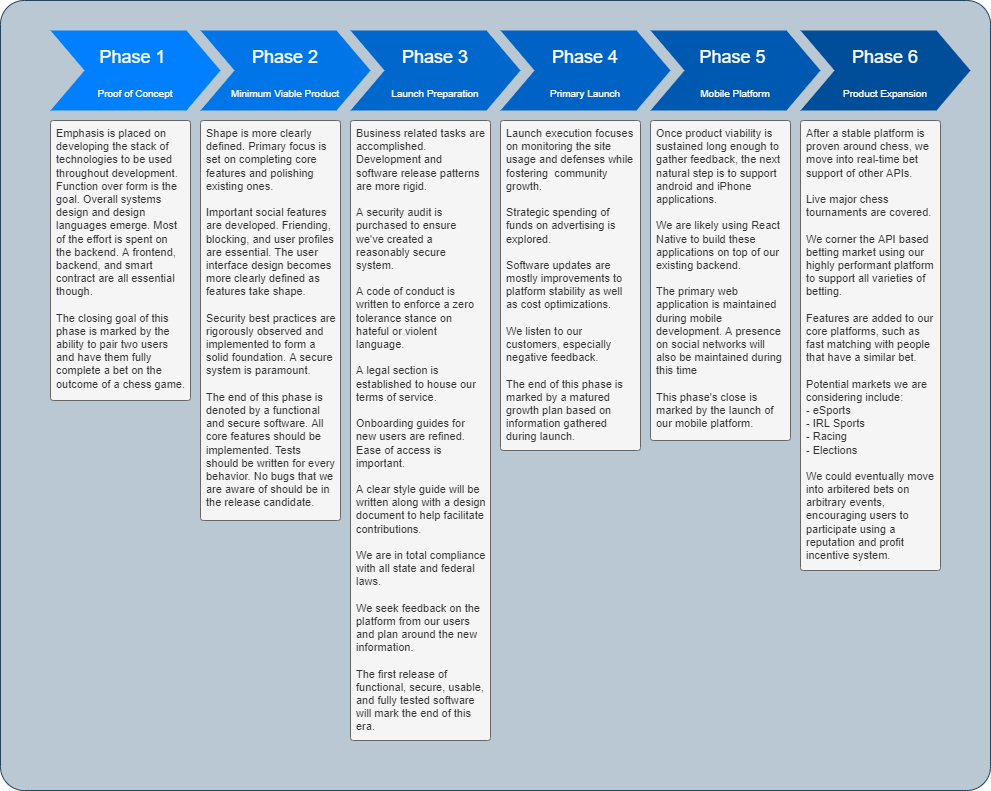
Before: readme-assets/roadmap.png, a diagram exported from draw.io (geektechniquestudios/ChessWager). Source tidied: cells renumbered, new cells last; positions are measured from the earlier drawing's top-left corner, leaving out a move shared by most shapes.
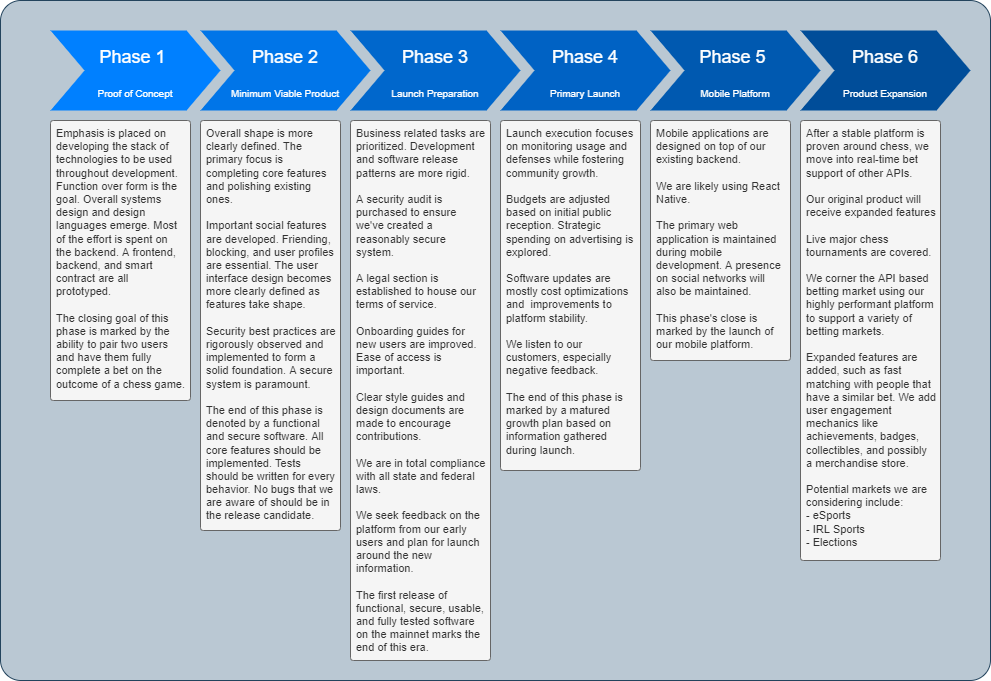
After the commit.

Diff of the diagram source:
```diff
@@ -3,7 +3,7 @@
     <mxCell id="0" />
     <mxCell id="1" parent="0" />
     <mxCell id="2" style="rounded=1;whiteSpace=wrap;html=1;fillColor=#bac8d3;strokeColor=#23445d;arcSize=3;" parent="1" vertex="1">
-      <mxGeometry width="990" height="790" as="geometry" />
+      <mxGeometry width="990" height="680" as="geometry" />
     </mxCell>
     <mxCell id="3" value="&lt;font style=&quot;&quot;&gt;&lt;span style=&quot;font-size: 18px;&quot;&gt;Phase 1 &lt;/span&gt;&lt;br&gt;&lt;font style=&quot;&quot;&gt;&lt;font style=&quot;vertical-align: inherit; font-size: 10px;&quot;&gt;Proof of Concept&lt;/font&gt;&lt;/font&gt;&lt;br&gt;&lt;/font&gt;" style="shape=step;whiteSpace=wrap;html=1;fontSize=28;fillColor=#0080FF;fontColor=#FFFFFF;strokeColor=none;" parent="1" vertex="1">
       <mxGeometry x="50" y="30" width="170" height="80" as="geometry" />
@@ -23,23 +23,23 @@
     <mxCell id="8" value="&lt;font style=&quot;&quot;&gt;&lt;span style=&quot;font-size: 18px;&quot;&gt;Phase 6&lt;/span&gt;&lt;br&gt;&lt;font style=&quot;font-size: 10px;&quot;&gt;Product Expansion&lt;/font&gt;&lt;br&gt;&lt;/font&gt;" style="shape=step;whiteSpace=wrap;html=1;fontSize=28;fillColor=#004D99;fontColor=#FFFFFF;strokeColor=none;" parent="1" vertex="1">
       <mxGeometry x="800" y="30" width="170" height="80" as="geometry" />
     </mxCell>
-    <mxCell id="9" value="Once product viability is sustained long enough to gather feedback, the next natural step is to support android and iPhone applications.&lt;br style=&quot;font-size: 11px;&quot;&gt;&lt;br style=&quot;font-size: 11px;&quot;&gt;We are likely using React Native to build these applications on top of our&amp;nbsp; existing backend.&amp;nbsp;&lt;br style=&quot;font-size: 11px;&quot;&gt;&lt;br style=&quot;font-size: 11px;&quot;&gt;The primary web application is maintained during mobile development. A presence on social networks will also be maintained during this time&lt;br style=&quot;font-size: 11px;&quot;&gt;&lt;br style=&quot;font-size: 11px;&quot;&gt;This phase's close is marked by the launch of our mobile platform." style="text;spacingTop=-3;whiteSpace=wrap;html=1;align=left;fontSize=11;fontFamily=Helvetica;fillColor=#f5f5f5;rounded=1;glass=0;spacingLeft=1;spacingRight=1;spacing=5;labelBackgroundColor=none;fontColor=#333333;strokeColor=#666666;rotation=0;arcSize=2;" parent="1" vertex="1">
-      <mxGeometry x="650" y="120" width="140" height="320" as="geometry" />
+    <mxCell id="9" value="Mobile applications are designed on top of our existing backend.&lt;br style=&quot;font-size: 11px;&quot;&gt;&lt;br style=&quot;font-size: 11px;&quot;&gt;We are likely using React Native.&amp;nbsp;&lt;br style=&quot;font-size: 11px;&quot;&gt;&lt;br style=&quot;font-size: 11px;&quot;&gt;The primary web application is maintained during mobile development. A presence on social networks will also be maintained.&lt;br style=&quot;font-size: 11px;&quot;&gt;&lt;br style=&quot;font-size: 11px;&quot;&gt;This phase's close is marked by the launch of our mobile platform." style="text;spacingTop=-3;whiteSpace=wrap;html=1;align=left;fontSize=11;fontFamily=Helvetica;fillColor=#f5f5f5;rounded=1;glass=0;spacingLeft=1;spacingRight=1;spacing=5;labelBackgroundColor=none;fontColor=#333333;strokeColor=#666666;rotation=0;arcSize=2;" parent="1" vertex="1">
+      <mxGeometry x="650" y="120" width="140" height="240" as="geometry" />
     </mxCell>
-    <mxCell id="10" value="After a stable platform is proven around chess, we move into real-time bet support of other APIs.&lt;br style=&quot;font-size: 11px;&quot;&gt;&lt;br style=&quot;font-size: 11px;&quot;&gt;Live major chess tournaments are covered.&amp;nbsp;&lt;br style=&quot;font-size: 11px;&quot;&gt;&lt;br style=&quot;font-size: 11px;&quot;&gt;We corner the API based betting market using our highly performant platform to support all varieties of betting.&amp;nbsp;&lt;br style=&quot;font-size: 11px;&quot;&gt;&lt;br style=&quot;font-size: 11px;&quot;&gt;Features are added to our core platforms, such as fast matching with people that have a similar bet.&lt;br style=&quot;font-size: 11px;&quot;&gt;&lt;br style=&quot;font-size: 11px;&quot;&gt;Potential markets we are considering include:&lt;br style=&quot;font-size: 11px;&quot;&gt;- eSports&lt;br style=&quot;font-size: 11px;&quot;&gt;- IRL Sports&lt;br style=&quot;font-size: 11px;&quot;&gt;- Racing&lt;br style=&quot;font-size: 11px;&quot;&gt;- Elections&lt;br style=&quot;font-size: 11px;&quot;&gt;&lt;br style=&quot;font-size: 11px;&quot;&gt;We could eventually move into arbitered bets on arbitrary events, encouraging users to participate using a reputation and profit incentive system." style="text;spacingTop=-3;whiteSpace=wrap;html=1;align=left;fontSize=11;fontFamily=Helvetica;fillColor=#f5f5f5;rounded=1;glass=0;spacingLeft=1;spacingRight=1;spacing=5;labelBackgroundColor=none;fontColor=#333333;strokeColor=#666666;rotation=0;arcSize=2;" parent="1" vertex="1">
-      <mxGeometry x="800" y="120" width="140" height="450" as="geometry" />
+    <mxCell id="10" value="After a stable platform is proven around chess, we move into real-time bet support of other APIs.&lt;br style=&quot;font-size: 11px;&quot;&gt;&lt;br&gt;Our original product will receive expanded features&lt;br&gt;&lt;br style=&quot;font-size: 11px;&quot;&gt;Live major chess tournaments are covered.&amp;nbsp;&lt;br style=&quot;font-size: 11px;&quot;&gt;&lt;br style=&quot;font-size: 11px;&quot;&gt;We corner the API based betting market using our highly performant platform to support a variety of betting markets.&lt;br style=&quot;font-size: 11px;&quot;&gt;&lt;br style=&quot;font-size: 11px;&quot;&gt;Expanded features are added, such as fast matching with people that have a similar bet. We add user engagement mechanics like achievements, badges, collectibles, and possibly a merchandise store.&lt;br style=&quot;font-size: 11px;&quot;&gt;&lt;br style=&quot;font-size: 11px;&quot;&gt;Potential markets we are considering include:&lt;br style=&quot;font-size: 11px;&quot;&gt;- eSports&lt;br style=&quot;font-size: 11px;&quot;&gt;- IRL Sports&lt;br style=&quot;font-size: 11px;&quot;&gt;- Elections" style="text;spacingTop=-3;whiteSpace=wrap;html=1;align=left;fontSize=11;fontFamily=Helvetica;fillColor=#f5f5f5;rounded=1;glass=0;spacingLeft=1;spacingRight=1;spacing=5;labelBackgroundColor=none;fontColor=#333333;strokeColor=#666666;rotation=0;arcSize=2;" parent="1" vertex="1">
+      <mxGeometry x="800" y="120" width="140" height="440" as="geometry" />
     </mxCell>
-    <mxCell id="11" value="Emphasis is placed on developing the stack of technologies to be used throughout development. Function over form is the goal. Overall systems design and design languages emerge. Most of the effort is spent on the backend. A frontend, backend, and smart contract are all essential though.&lt;br style=&quot;font-size: 11px;&quot;&gt;&lt;br style=&quot;font-size: 11px;&quot;&gt;The closing goal of this phase is marked by the ability to pair two users and have them fully complete a bet on the outcome of a chess game." style="text;spacingTop=-3;whiteSpace=wrap;html=1;align=left;fontSize=11;fontFamily=Helvetica;fillColor=#f5f5f5;rounded=1;glass=0;spacingLeft=1;spacingRight=1;spacing=5;labelBackgroundColor=none;fontColor=#333333;strokeColor=#666666;rotation=0;arcSize=2;" parent="1" vertex="1">
+    <mxCell id="11" value="Emphasis is placed on developing the stack of technologies to be used throughout development. Function over form is the goal. Overall systems design and design languages emerge. Most of the effort is spent on the backend. A frontend, backend, and smart contract are all prototyped.&lt;br style=&quot;font-size: 11px;&quot;&gt;&lt;br style=&quot;font-size: 11px;&quot;&gt;The closing goal of this phase is marked by the ability to pair two users and have them fully complete a bet on the outcome of a chess game." style="text;spacingTop=-3;whiteSpace=wrap;html=1;align=left;fontSize=11;fontFamily=Helvetica;fillColor=#f5f5f5;rounded=1;glass=0;spacingLeft=1;spacingRight=1;spacing=5;labelBackgroundColor=none;fontColor=#333333;strokeColor=#666666;rotation=0;arcSize=2;" parent="1" vertex="1">
       <mxGeometry x="50" y="120" width="140" height="280" as="geometry" />
     </mxCell>
-    <mxCell id="12" value="Shape is more clearly defined. Primary focus is set on completing core features and polishing existing ones.&lt;br style=&quot;font-size: 11px;&quot;&gt;&lt;br style=&quot;font-size: 11px;&quot;&gt;Important social features are developed. Friending, blocking, and user profiles are essential. The user interface design becomes more clearly defined as features take shape.&lt;br style=&quot;font-size: 11px;&quot;&gt;&lt;br style=&quot;font-size: 11px;&quot;&gt;Security best practices are rigorously observed and implemented to form a solid foundation. A secure system is paramount.&lt;br style=&quot;font-size: 11px;&quot;&gt;&lt;br style=&quot;font-size: 11px;&quot;&gt;The end of this phase is denoted by a functional and secure software. All core features should be implemented. Tests should be written for every behavior. No bugs that we are aware of should be in the release candidate." style="text;spacingTop=-3;whiteSpace=wrap;html=1;align=left;fontSize=11;fontFamily=Helvetica;fillColor=#f5f5f5;rounded=1;glass=0;spacingLeft=1;spacingRight=1;spacing=5;labelBackgroundColor=none;fontColor=#333333;strokeColor=#666666;rotation=0;arcSize=2;" parent="1" vertex="1">
-      <mxGeometry x="200" y="120" width="140" height="400" as="geometry" />
+    <mxCell id="12" value="Overall shape is more clearly defined. The primary focus is completing core features and polishing existing ones.&lt;br style=&quot;font-size: 11px;&quot;&gt;&lt;br style=&quot;font-size: 11px;&quot;&gt;Important social features are developed. Friending, blocking, and user profiles are essential. The user interface design becomes more clearly defined as features take shape.&lt;br style=&quot;font-size: 11px;&quot;&gt;&lt;br style=&quot;font-size: 11px;&quot;&gt;Security best practices are rigorously observed and implemented to form a solid foundation. A secure system is paramount.&lt;br style=&quot;font-size: 11px;&quot;&gt;&lt;br style=&quot;font-size: 11px;&quot;&gt;The end of this phase is denoted by a functional and secure software. All core features should be implemented. Tests should be written for every behavior. No bugs that we are aware of should be in the release candidate." style="text;spacingTop=-3;whiteSpace=wrap;html=1;align=left;fontSize=11;fontFamily=Helvetica;fillColor=#f5f5f5;rounded=1;glass=0;spacingLeft=1;spacingRight=1;spacing=5;labelBackgroundColor=none;fontColor=#333333;strokeColor=#666666;rotation=0;arcSize=2;" parent="1" vertex="1">
+      <mxGeometry x="200" y="120" width="140" height="410" as="geometry" />
     </mxCell>
-    <mxCell id="13" value="Business related tasks are accomplished. Development and software release patterns are more rigid.&lt;br style=&quot;font-size: 11px;&quot;&gt;&lt;br style=&quot;font-size: 11px;&quot;&gt;A security audit is purchased to ensure we've created a reasonably secure system.&lt;br style=&quot;font-size: 11px;&quot;&gt;&lt;br style=&quot;font-size: 11px;&quot;&gt;A code of conduct is written to enforce a zero tolerance stance on hateful or violent language.&lt;br style=&quot;font-size: 11px;&quot;&gt;&lt;br style=&quot;font-size: 11px;&quot;&gt;A legal section is established to house our terms of service.&lt;br style=&quot;font-size: 11px;&quot;&gt;&lt;br style=&quot;font-size: 11px;&quot;&gt;Onboarding guides for new users are refined. Ease of access is important.&lt;br style=&quot;font-size: 11px;&quot;&gt;&lt;br style=&quot;font-size: 11px;&quot;&gt;A clear style guide will be written along with a design document to help facilitate contributions.&lt;br style=&quot;font-size: 11px;&quot;&gt;&lt;br style=&quot;font-size: 11px;&quot;&gt;We are in total compliance with all state and federal laws.&lt;br style=&quot;font-size: 11px;&quot;&gt;&lt;br style=&quot;font-size: 11px;&quot;&gt;We seek feedback on the platform from our users and plan around the new information.&lt;br style=&quot;font-size: 11px;&quot;&gt;&lt;br style=&quot;font-size: 11px;&quot;&gt;The first release of functional, secure, usable, and fully tested software will mark the end of this era." style="text;spacingTop=-3;whiteSpace=wrap;html=1;align=left;fontSize=11;fontFamily=Helvetica;fillColor=#f5f5f5;rounded=1;glass=0;spacingLeft=1;spacingRight=1;spacing=5;labelBackgroundColor=none;fontColor=#333333;strokeColor=#666666;rotation=0;arcSize=2;" parent="1" vertex="1">
-      <mxGeometry x="350" y="120" width="140" height="620" as="geometry" />
+    <mxCell id="13" value="Business related tasks are prioritized. Development and software release patterns are more rigid.&lt;br style=&quot;font-size: 11px;&quot;&gt;&lt;br style=&quot;font-size: 11px;&quot;&gt;A security audit is purchased to ensure we've created a reasonably secure system.&lt;br style=&quot;font-size: 11px;&quot;&gt;&lt;br style=&quot;font-size: 11px;&quot;&gt;A legal section is established to house our terms of service.&lt;br style=&quot;font-size: 11px;&quot;&gt;&lt;br style=&quot;font-size: 11px;&quot;&gt;Onboarding guides for new users are improved. Ease of access is important.&lt;br style=&quot;font-size: 11px;&quot;&gt;&lt;br style=&quot;font-size: 11px;&quot;&gt;Clear style guides and design documents are made to encourage contributions.&lt;br style=&quot;font-size: 11px;&quot;&gt;&lt;br style=&quot;font-size: 11px;&quot;&gt;We are in total compliance with all state and federal laws.&lt;br style=&quot;font-size: 11px;&quot;&gt;&lt;br style=&quot;font-size: 11px;&quot;&gt;We seek feedback on the platform from our early users and plan for launch around the new information.&lt;br style=&quot;font-size: 11px;&quot;&gt;&lt;br style=&quot;font-size: 11px;&quot;&gt;The first release of functional, secure, usable, and fully tested software on the mainnet marks the end of this era." style="text;spacingTop=-3;whiteSpace=wrap;html=1;align=left;fontSize=11;fontFamily=Helvetica;fillColor=#f5f5f5;rounded=1;glass=0;spacingLeft=1;spacingRight=1;spacing=5;labelBackgroundColor=none;fontColor=#333333;strokeColor=#666666;rotation=0;arcSize=2;" parent="1" vertex="1">
+      <mxGeometry x="350" y="120" width="140" height="540" as="geometry" />
     </mxCell>
-    <mxCell id="14" value="Launch execution&amp;nbsp;focuses on monitoring the site usage and defenses while fostering&amp;nbsp; community growth.&amp;nbsp;&lt;br style=&quot;font-size: 11px;&quot;&gt;&lt;br style=&quot;font-size: 11px;&quot;&gt;Strategic spending of funds on advertising is explored.&lt;br style=&quot;font-size: 11px;&quot;&gt;&lt;br style=&quot;font-size: 11px;&quot;&gt;Software updates are mostly improvements to platform stability as well as cost optimizations.&lt;br style=&quot;font-size: 11px;&quot;&gt;&lt;br style=&quot;font-size: 11px;&quot;&gt;We listen to our customers, especially negative feedback.&lt;br style=&quot;font-size: 11px;&quot;&gt;&lt;br style=&quot;font-size: 11px;&quot;&gt;The end of this phase is marked by a matured growth plan based on information gathered during launch." style="text;spacingTop=-3;whiteSpace=wrap;html=1;align=left;fontSize=11;fontFamily=Helvetica;fillColor=#f5f5f5;rounded=1;glass=0;spacingLeft=1;spacingRight=1;spacing=5;labelBackgroundColor=none;fontColor=#333333;strokeColor=#666666;rotation=0;arcSize=2;" parent="1" vertex="1">
-      <mxGeometry x="500" y="120" width="140" height="330" as="geometry" />
+    <mxCell id="14" value="Launch execution&amp;nbsp;focuses on monitoring usage and defenses while fostering community growth.&amp;nbsp;&lt;br style=&quot;font-size: 11px;&quot;&gt;&lt;br style=&quot;font-size: 11px;&quot;&gt;Budgets are adjusted based on initial public reception. Strategic spending on advertising is explored.&lt;br style=&quot;font-size: 11px;&quot;&gt;&lt;br style=&quot;font-size: 11px;&quot;&gt;Software updates are mostly cost optimizations and&amp;nbsp; improvements to platform stability.&lt;br style=&quot;font-size: 11px;&quot;&gt;&lt;br style=&quot;font-size: 11px;&quot;&gt;We listen to our customers, especially negative feedback.&lt;br style=&quot;font-size: 11px;&quot;&gt;&lt;br style=&quot;font-size: 11px;&quot;&gt;The end of this phase is marked by a matured growth plan based on information gathered during launch." style="text;spacingTop=-3;whiteSpace=wrap;html=1;align=left;fontSize=11;fontFamily=Helvetica;fillColor=#f5f5f5;rounded=1;glass=0;spacingLeft=1;spacingRight=1;spacing=5;labelBackgroundColor=none;fontColor=#333333;strokeColor=#666666;rotation=0;arcSize=2;" parent="1" vertex="1">
+      <mxGeometry x="500" y="120" width="140" height="350" as="geometry" />
     </mxCell>
   </root>
 </mxGraphModel>
```
